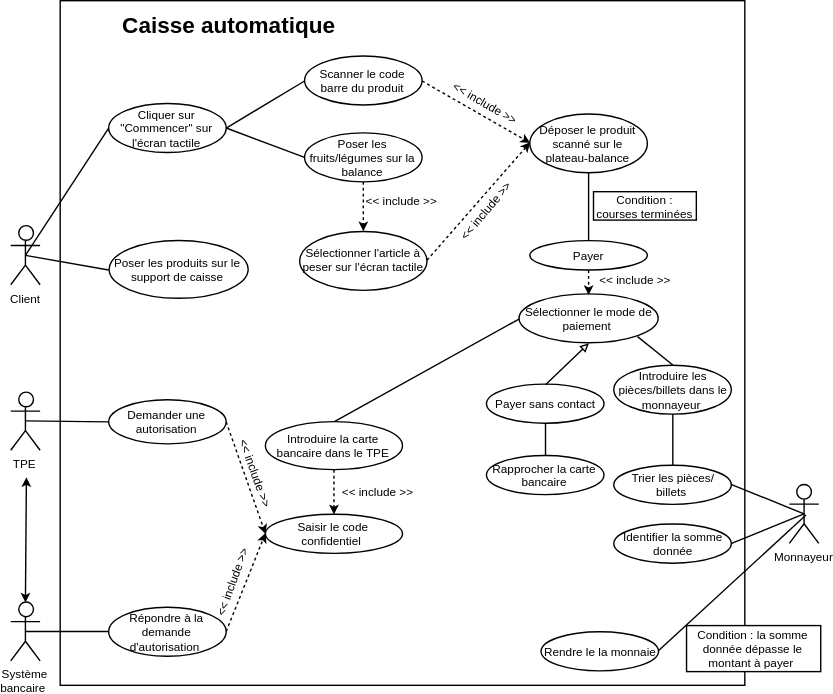
Above: Fatmaabd/Usecase.svg in tagouth/GSI-AVUN_18-20 (draw.io), before the change. Source tidied: cells renumbered, new cells last; positions are measured from the earlier drawing's top-left corner, leaving out a move shared by most shapes.
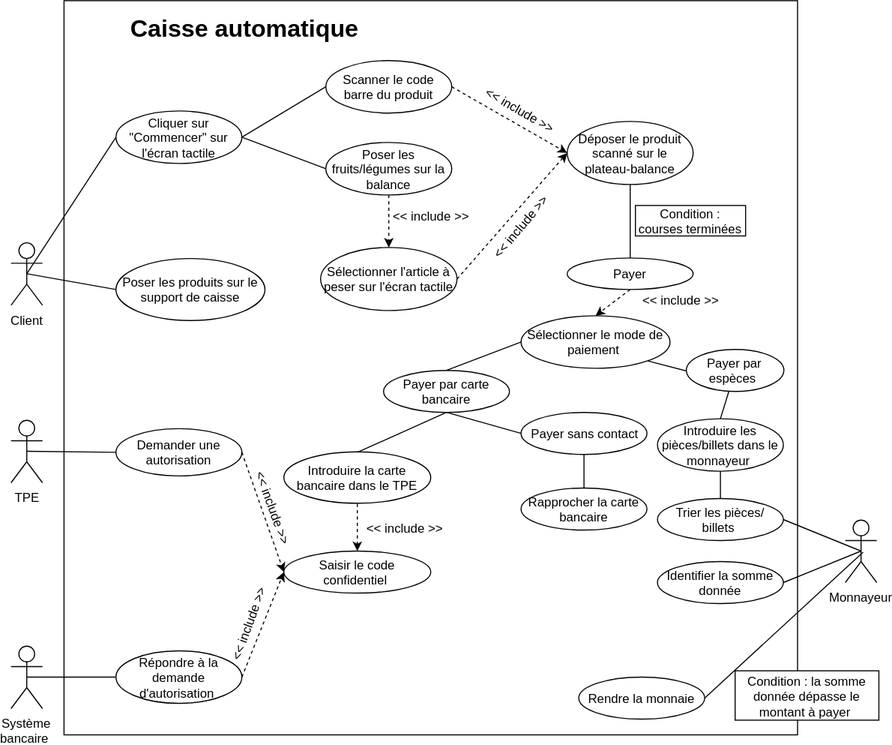
The same file after the commit.

Change to the diagram source:
```diff
@@ -54,16 +54,15 @@
       <mxGeometry x="595" y="195" width="105" height="29" as="geometry" />
     </mxCell>
     <mxCell id="19" value="Sélectionner le mode de paiement&amp;nbsp;" style="ellipse;whiteSpace=wrap;html=1;" parent="1" vertex="1">
-      <mxGeometry x="519" y="300" width="142" height="50" as="geometry" />
+      <mxGeometry x="485.5" y="300" width="142" height="50" as="geometry" />
     </mxCell>
     <mxCell id="20" style="endArrow=classic;html=1;exitX=0.5;exitY=1;exitDx=0;exitDy=0;entryX=0.5;entryY=0;entryDx=0;entryDy=0;dashed=1;" parent="1" edge="1" source="15" target="19">
       <mxGeometry relative="1" as="geometry" />
     </mxCell>
-    <mxCell id="21" style="endArrow=none;html=1;exitX=0;exitY=0.5;exitDx=0;exitDy=0;entryX=0.5;entryY=0;entryDx=0;entryDy=0;endFill=0;" parent="1" edge="1" source="19" target="23">
-      <mxGeometry relative="1" as="geometry" />
-    </mxCell>
-    <mxCell id="22" style="endArrow=none;html=1;exitX=1;exitY=1;exitDx=0;exitDy=0;entryX=0.5;entryY=0;entryDx=0;entryDy=0;endFill=0;" parent="1" edge="1" source="19" target="31">
-      <mxGeometry relative="1" as="geometry" />
+    <mxCell id="22" style="endArrow=none;html=1;exitX=1;exitY=1;exitDx=0;exitDy=0;endFill=0;" parent="1" edge="1" source="19">
+      <mxGeometry relative="1" as="geometry">
+        <mxPoint x="661" y="357" as="targetPoint" />
+      </mxGeometry>
     </mxCell>
     <mxCell id="23" value="Introduire la carte bancaire dans le TPE" style="ellipse;whiteSpace=wrap;html=1;" parent="1" vertex="1">
       <mxGeometry x="260" y="429.5" width="140" height="49" as="geometry" />
@@ -90,7 +89,7 @@
       <mxGeometry y="614" width="30" height="60" as="geometry" />
     </mxCell>
     <mxCell id="31" value="Introduire les pièces/billets dans le monnayeur&amp;nbsp;" style="ellipse;whiteSpace=wrap;html=1;" parent="1" vertex="1">
-      <mxGeometry x="616" y="372" width="120" height="50" as="geometry" />
+      <mxGeometry x="616" y="398" width="120" height="50" as="geometry" />
     </mxCell>
     <mxCell id="32" value="Trier les pièces/ billets&amp;nbsp;" style="ellipse;whiteSpace=wrap;html=1;" parent="1" vertex="1">
       <mxGeometry x="616" y="474" width="120" height="40" as="geometry" />
@@ -98,7 +97,7 @@
     <mxCell id="33" value="Identifier la somme donnée" style="ellipse;whiteSpace=wrap;html=1;" parent="1" vertex="1">
       <mxGeometry x="616" y="534" width="120" height="40" as="geometry" />
     </mxCell>
-    <mxCell id="34" value="Rendre le la monnaie" style="ellipse;whiteSpace=wrap;html=1;" parent="1" vertex="1">
+    <mxCell id="34" value="Rendre la monnaie" style="ellipse;whiteSpace=wrap;html=1;" parent="1" vertex="1">
       <mxGeometry x="541" y="644" width="120" height="40" as="geometry" />
     </mxCell>
     <mxCell id="35" value="Condition : la somme donnée dépasse le montant à payer&amp;nbsp;" style="rounded=0;whiteSpace=wrap;html=1;" parent="1" vertex="1">
@@ -110,11 +109,6 @@
     <mxCell id="37" value="&lt;span&gt;Demander une autorisation&lt;/span&gt;" style="ellipse;whiteSpace=wrap;html=1;" parent="1" vertex="1">
       <mxGeometry x="100" y="407" width="120" height="45" as="geometry" />
     </mxCell>
-    <mxCell id="38" style="endArrow=classic;startArrow=classic;html=1;exitX=0.5;exitY=0;exitDx=0;exitDy=0;exitPerimeter=0;" parent="1" edge="1" source="30">
-      <mxGeometry relative="1" as="geometry">
-        <mxPoint x="16" y="487" as="targetPoint" />
-      </mxGeometry>
-    </mxCell>
     <mxCell id="39" style="endArrow=none;html=1;exitX=0.5;exitY=0.5;exitDx=0;exitDy=0;exitPerimeter=0;entryX=0;entryY=0.5;entryDx=0;entryDy=0;endFill=0;" parent="1" edge="1" source="29" target="37">
       <mxGeometry relative="1" as="geometry" />
     </mxCell>
@@ -156,9 +150,6 @@
     <mxCell id="51" value="&amp;lt;&amp;lt; include &amp;gt;&amp;gt;" style="text;html=1;strokeColor=none;fillColor=none;align=center;verticalAlign=middle;whiteSpace=wrap;rounded=0;rotation=-50;" parent="1" vertex="1">
       <mxGeometry x="447" y="205" width="77" height="20" as="geometry" />
     </mxCell>
-    <mxCell id="52" style="endArrow=block;html=1;exitX=0.5;exitY=0;exitDx=0;exitDy=0;entryX=0.5;entryY=1;entryDx=0;entryDy=0;endFill=0;" parent="1" edge="1" source="24" target="19">
-      <mxGeometry relative="1" as="geometry" />
-    </mxCell>
     <mxCell id="53" value="&amp;lt;&amp;lt; include &amp;gt;&amp;gt;" style="text;html=1;strokeColor=none;fillColor=none;align=center;verticalAlign=middle;whiteSpace=wrap;rounded=0;" parent="1" vertex="1">
       <mxGeometry x="594" y="274.5" width="89" height="20" as="geometry" />
     </mxCell>
@@ -177,5 +168,23 @@
     <mxCell id="58" value="&lt;div style=&quot;text-align: left&quot;&gt;&lt;span&gt;&lt;b&gt;&lt;font style=&quot;font-size: 23px&quot;&gt;Caisse automatique&amp;nbsp;&lt;/font&gt;&lt;/b&gt;&lt;/span&gt;&lt;/div&gt;" style="text;html=1;strokeColor=none;fillColor=none;align=center;verticalAlign=middle;whiteSpace=wrap;rounded=0;" parent="1" vertex="1">
       <mxGeometry x="91" y="16" width="270" height="20" as="geometry" />
     </mxCell>
+    <mxCell id="59" value="Payer par carte bancaire" style="ellipse;whiteSpace=wrap;html=1;" parent="1" vertex="1">
+      <mxGeometry x="355" y="352" width="120" height="40" as="geometry" />
+    </mxCell>
+    <mxCell id="60" style="endArrow=none;html=1;exitX=0;exitY=0.5;exitDx=0;exitDy=0;entryX=0.5;entryY=0;entryDx=0;entryDy=0;endFill=0;" parent="1" edge="1" source="19" target="59">
+      <mxGeometry relative="1" as="geometry" />
+    </mxCell>
+    <mxCell id="61" style="endArrow=none;html=1;entryX=0.5;entryY=0;entryDx=0;entryDy=0;exitX=0.5;exitY=1;exitDx=0;exitDy=0;endFill=0;" parent="1" edge="1" source="59" target="23">
+      <mxGeometry relative="1" as="geometry" />
+    </mxCell>
+    <mxCell id="62" style="endArrow=none;html=1;exitX=0.5;exitY=1;exitDx=0;exitDy=0;entryX=0;entryY=0.5;entryDx=0;entryDy=0;endFill=0;" parent="1" edge="1" source="59" target="24">
+      <mxGeometry relative="1" as="geometry" />
+    </mxCell>
+    <mxCell id="63" value="Payer par espèces&amp;nbsp;" style="ellipse;whiteSpace=wrap;html=1;" parent="1" vertex="1">
+      <mxGeometry x="643" y="332" width="93" height="40" as="geometry" />
+    </mxCell>
+    <mxCell id="64" style="endArrow=none;html=1;exitX=0.5;exitY=0;exitDx=0;exitDy=0;entryX=0.441;entryY=1;entryDx=0;entryDy=0;entryPerimeter=0;" parent="1" edge="1" source="31" target="63">
+      <mxGeometry relative="1" as="geometry" />
+    </mxCell>
   </root>
 </mxGraphModel>
```
